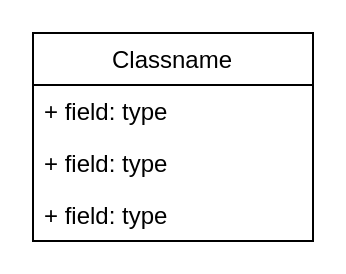
This is Untitled Diagram.drawio from kikishao/cloud-project, a draw.io file, before an edit. Source tidied: cells renumbered, new cells numbered last; positions are measured from the earlier drawing's top-left corner, leaving out a move shared by most shapes. Both pictures are drawn from the tidied source at 200%, with x=0, y=0 at pixel (32, 32).
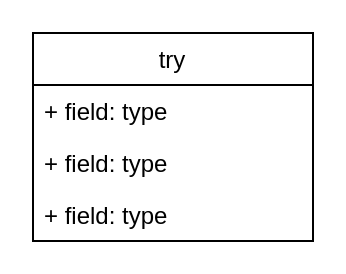
The same diagram, later.

Diff of the diagram source:
```diff
@@
 <mxGraphModel>
   <root>
     <mxCell id="0" />
     <mxCell id="1" parent="0" />
-    <mxCell id="2" value="Classname" style="swimlane;fontStyle=0;horizontal=1;startSize=26;fillColor=none;" parent="1" vertex="1">
+    <mxCell id="2" value="try" style="swimlane;fontStyle=0;horizontal=1;startSize=26;fillColor=none;" parent="1" vertex="1">
       <mxGeometry width="140" height="104" as="geometry" />
     </mxCell>
     <mxCell id="3" value="+ field: type" style="text;strokeColor=none;fillColor=none;align=left;verticalAlign=top;spacingLeft=4;spacingRight=4;overflow=hidden;" parent="2" vertex="1">
       <mxGeometry y="26" width="140" height="26" as="geometry" />
     </mxCell>
     <mxCell id="4" value="+ field: type" style="text;strokeColor=none;fillColor=none;align=left;verticalAlign=top;spacingLeft=4;spacingRight=4;overflow=hidden;" parent="2" vertex="1">
       <mxGeometry y="52" width="140" height="26" as="geometry" />
     </mxCell>
     <mxCell id="5" value="+ field: type" style="text;strokeColor=none;fillColor=none;align=left;verticalAlign=top;spacingLeft=4;spacingRight=4;overflow=hidden;" parent="2" vertex="1">
       <mxGeometry y="78" width="140" height="26" as="geometry" />
     </mxCell>
   </root>
 </mxGraphModel>
```
